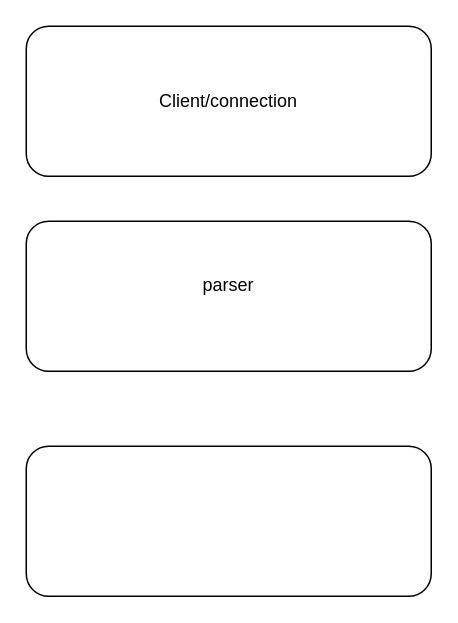
littlekign/draw.io keeps this draw.io diagram as mysql/Untitled Diagram.drawio. Above is the earlier version. Source tidied: cells renumbered, new cells numbered last; positions are measured from the earlier drawing's top-left corner, leaving out a move shared by most shapes. Both pictures are drawn from the tidied source at 150%, with x=0, y=0 at pixel (26, 26).
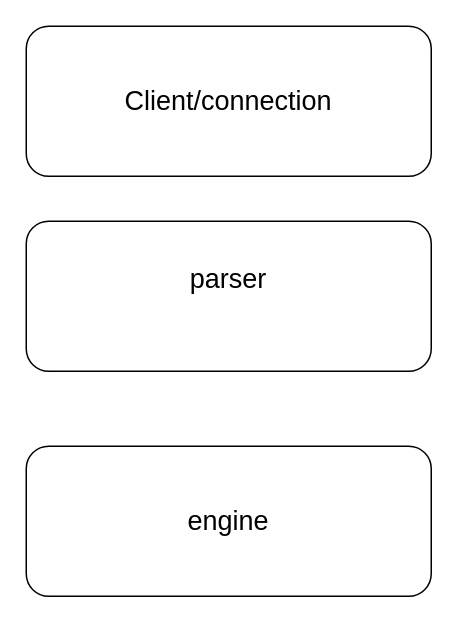
The same diagram, later.

The edit, as a diff of the source:
```diff
@@
 <mxGraphModel>
   <root>
     <mxCell id="0" />
     <mxCell id="1" parent="0" />
-    <mxCell id="2" value="Client/connection" style="rounded=1;whiteSpace=wrap;html=1;" parent="1" vertex="1">
+    <mxCell id="2" value="Client/connection" style="rounded=1;whiteSpace=wrap;html=1;fontSize=18;" parent="1" vertex="1">
       <mxGeometry width="270" height="100" as="geometry" />
     </mxCell>
-    <mxCell id="3" value="parser&lt;div&gt;&lt;br&gt;&lt;/div&gt;" style="rounded=1;whiteSpace=wrap;html=1;" parent="1" vertex="1">
+    <mxCell id="3" value="parser&lt;div style=&quot;font-size: 18px;&quot;&gt;&lt;br style=&quot;font-size: 18px;&quot;&gt;&lt;/div&gt;" style="rounded=1;whiteSpace=wrap;html=1;fontSize=18;" parent="1" vertex="1">
       <mxGeometry y="130" width="270" height="100" as="geometry" />
     </mxCell>
-    <mxCell id="4" style="rounded=1;whiteSpace=wrap;html=1;" parent="1" vertex="1">
+    <mxCell id="4" value="&lt;font style=&quot;font-size: 18px;&quot;&gt;engine&lt;/font&gt;" style="rounded=1;whiteSpace=wrap;html=1;" parent="1" vertex="1">
       <mxGeometry y="280" width="270" height="100" as="geometry" />
     </mxCell>
   </root>
 </mxGraphModel>
```
